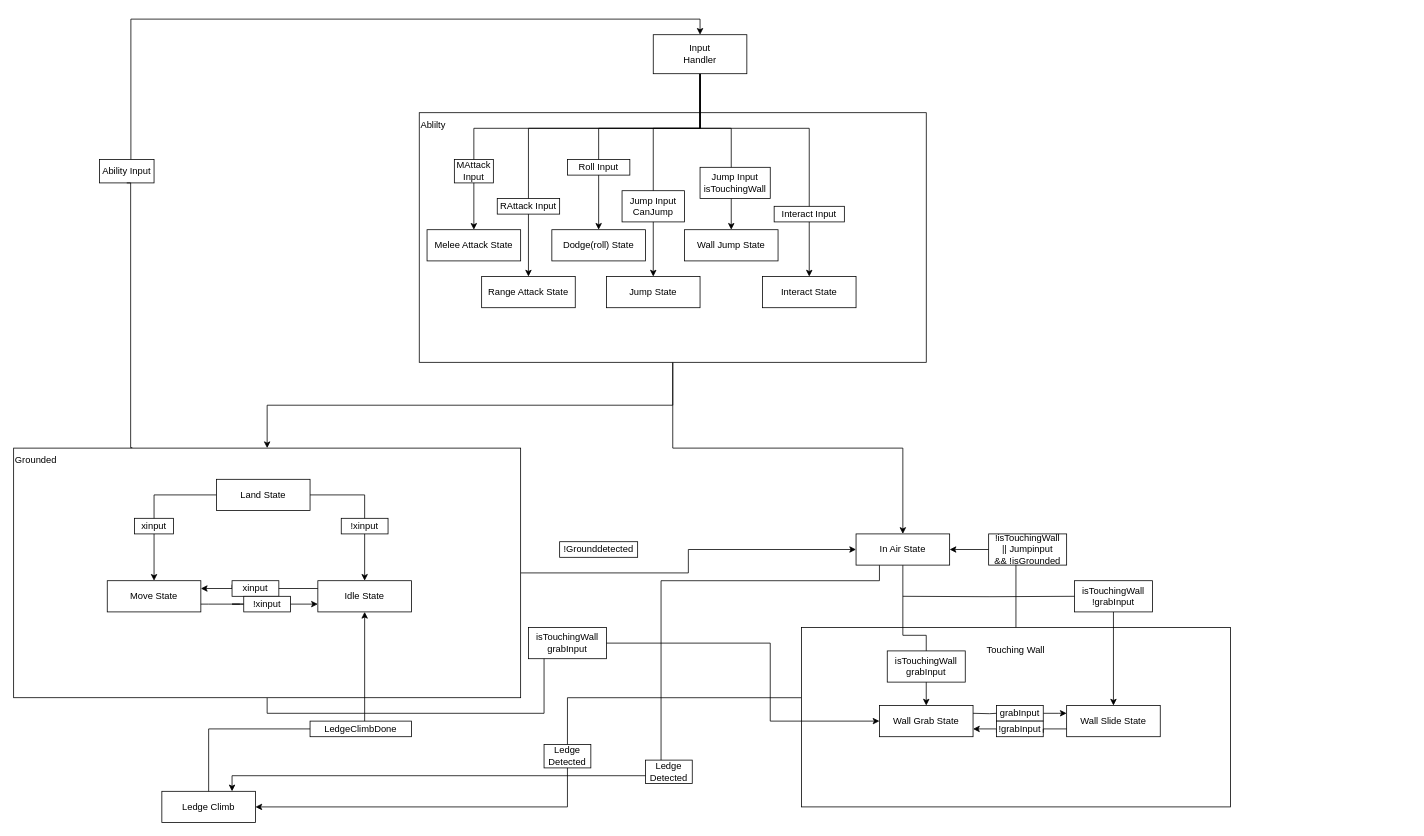
This is RR/Untitled Diagram.drawio from Lorkhan-0307/RR_Project, a draw.io file, before an edit. Source tidied: cells renumbered, new cells numbered last; positions are measured from the earlier drawing's top-left corner, leaving out a move shared by most shapes. Both pictures are drawn from the tidied source at 78%, with x=0, y=0 at pixel (13, 19).
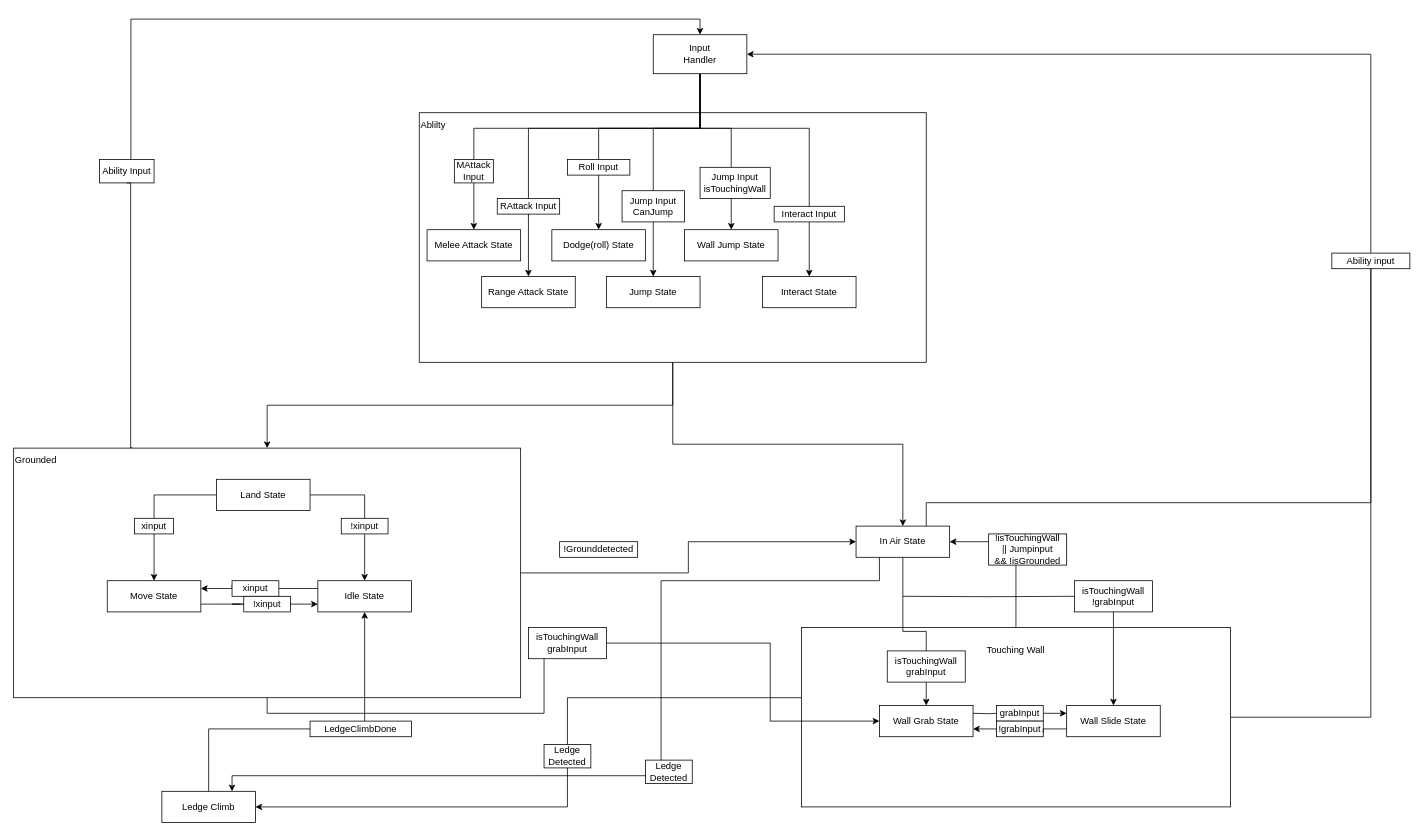
Above is the later version.

The change refers to these unchanged cells:
```xml
<mxCell id="4" value="Touching Wall&lt;br&gt;&lt;br&gt;&lt;br&gt;&lt;br&gt;&lt;br&gt;&lt;br&gt;&lt;br&gt;&lt;br&gt;&lt;br&gt;&lt;br&gt;&lt;br&gt;&lt;br&gt;&lt;br&gt;" style="rounded=0;whiteSpace=wrap;html=1;" parent="1" vertex="1">
  <mxGeometry x="1010" y="780" width="550" height="230" as="geometry" />
</mxCell>
<mxCell id="14" value="Input&lt;br&gt;Handler" style="rounded=0;whiteSpace=wrap;html=1;" parent="1" vertex="1">
  <mxGeometry x="820" y="20" width="120" height="50" as="geometry" />
</mxCell>
```

The edit, as a diff of the source:
```diff
@@
+    <mxCell id="70" style="edgeStyle=orthogonalEdgeStyle;rounded=0;jettySize=auto;html=0;entryX=1;entryY=0.5;entryDx=0;entryDy=0;" parent="1" edge="1" source="4" target="14">
+      <mxGeometry relative="1" as="geometry">
+        <Array as="points">
+          <mxPoint x="1740" y="895" />
+          <mxPoint x="1740" y="45" />
+        </Array>
+      </mxGeometry>
+    </mxCell>
@@
+    <mxCell id="71" style="edgeStyle=orthogonalEdgeStyle;rounded=0;jettySize=auto;html=0;" parent="1" edge="1" source="41">
+      <mxGeometry relative="1" as="geometry">
+        <mxPoint x="1740" y="310" as="targetPoint" />
+        <Array as="points">
+          <mxPoint x="1170" y="620" />
+          <mxPoint x="1740" y="620" />
+          <mxPoint x="1740" y="410" />
+        </Array>
+      </mxGeometry>
+    </mxCell>
     <mxCell id="41" value="In Air State" style="rounded=0;whiteSpace=wrap;html=1;" parent="1" vertex="1">
-      <mxGeometry x="1080" y="660" width="120" height="40" as="geometry" />
+      <mxGeometry x="1080" y="650" width="120" height="40" as="geometry" />
     </mxCell>
@@
+    <mxCell id="72" value="Ability input" style="rounded=0;whiteSpace=wrap;html=1;" parent="1" vertex="1">
+      <mxGeometry x="1690" y="300" width="100" height="20" as="geometry" />
+    </mxCell>
```
